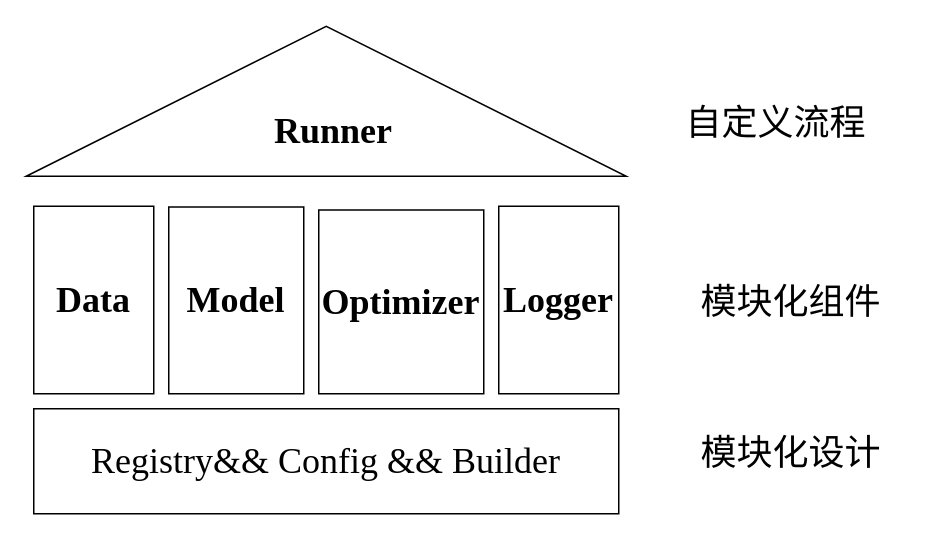
This is OpenMMLab代码架构设计.drawio from paleblackless/diagrams, a draw.io file, before an edit. Source tidied: cells renumbered, new cells numbered last; positions are measured from the earlier drawing's top-left corner, leaving out a move shared by most shapes. Both pictures are drawn from the tidied source at 150%, with x=0, y=0 at pixel (33, -200).
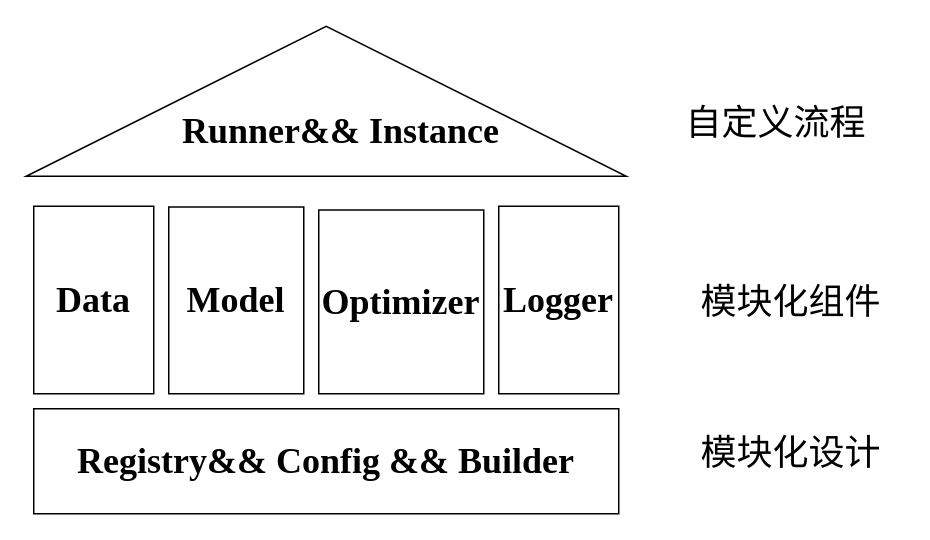
The same page after the edit.

Commit message (it also covers changes not shown here):
更新OpenMMLab代码架构设计.drawio

What changed in the source:
```diff
@@
 <mxGraphModel>
   <root>
     <mxCell id="0" />
     <mxCell id="1" parent="0" />
     <mxCell id="2" style="triangle;whiteSpace=wrap;html=1;rotation=-90;align=center;" parent="1" vertex="1">
       <mxGeometry x="145" width="100" height="400" as="geometry" />
     </mxCell>
     <mxCell id="3" value="&lt;b&gt;&lt;font face=&quot;Times New Roman&quot; style=&quot;font-size: 24px;&quot;&gt;Data&lt;/font&gt;&lt;/b&gt;" style="rounded=0;whiteSpace=wrap;html=1;" parent="1" vertex="1">
       <mxGeometry y="270" width="80" height="125" as="geometry" />
     </mxCell>
     <mxCell id="4" value="&lt;font face=&quot;Times New Roman&quot; style=&quot;font-size: 24px;&quot;&gt;&lt;b&gt;Model&lt;/b&gt;&lt;/font&gt;" style="rounded=0;whiteSpace=wrap;html=1;" parent="1" vertex="1">
       <mxGeometry x="90" y="270.5" width="90" height="124.5" as="geometry" />
     </mxCell>
     <mxCell id="5" value="&lt;font style=&quot;font-size: 24px;&quot; face=&quot;Times New Roman&quot;&gt;&lt;b&gt;Optimizer&lt;/b&gt;&lt;/font&gt;" style="rounded=0;whiteSpace=wrap;html=1;" parent="1" vertex="1">
       <mxGeometry x="190" y="272.5" width="110" height="122.5" as="geometry" />
     </mxCell>
-    <mxCell id="6" value="&lt;font face=&quot;Times New Roman&quot; style=&quot;font-size: 24px;&quot;&gt;Registry&amp;amp;&amp;amp; Config &amp;amp;&amp;amp; Builder&lt;/font&gt;" style="rounded=0;whiteSpace=wrap;html=1;" parent="1" vertex="1">
+    <mxCell id="6" value="&lt;font face=&quot;Times New Roman&quot; style=&quot;font-size: 24px;&quot;&gt;&lt;b&gt;Registry&amp;amp;&amp;amp; Config &amp;amp;&amp;amp; Builder&lt;/b&gt;&lt;/font&gt;" style="rounded=0;whiteSpace=wrap;html=1;" parent="1" vertex="1">
       <mxGeometry y="405" width="390" height="70" as="geometry" />
     </mxCell>
-    <mxCell id="7" value="&lt;b&gt;&lt;font face=&quot;Times New Roman&quot;&gt;Runner&lt;/font&gt;&lt;/b&gt;" style="text;html=1;strokeColor=none;fillColor=none;align=center;verticalAlign=middle;whiteSpace=wrap;rounded=0;fontSize=24;" parent="1" vertex="1">
-      <mxGeometry x="140" y="195" width="120" height="50" as="geometry" />
+    <mxCell id="7" value="&lt;b&gt;&lt;font face=&quot;Times New Roman&quot;&gt;Runner&amp;amp;&amp;amp; Instance&lt;/font&gt;&lt;/b&gt;" style="text;html=1;strokeColor=none;fillColor=none;align=center;verticalAlign=middle;whiteSpace=wrap;rounded=0;fontSize=24;" parent="1" vertex="1">
+      <mxGeometry x="90" y="195" width="230" height="50" as="geometry" />
     </mxCell>
     <mxCell id="8" value="&lt;font face=&quot;Times New Roman&quot;&gt;&lt;span style=&quot;font-size: 24px;&quot;&gt;&lt;b&gt;Logger&lt;/b&gt;&lt;/span&gt;&lt;/font&gt;" style="rounded=0;whiteSpace=wrap;html=1;" parent="1" vertex="1">
       <mxGeometry x="310" y="270" width="80" height="125" as="geometry" />
     </mxCell>
     <mxCell id="9" value="自定义流程" style="text;html=1;strokeColor=none;fillColor=none;align=center;verticalAlign=middle;whiteSpace=wrap;rounded=0;fontFamily=Times New Roman;fontSize=24;" parent="1" vertex="1">
       <mxGeometry x="420" y="185" width="150" height="60" as="geometry" />
     </mxCell>
     <mxCell id="10" value="模块化组件" style="text;html=1;strokeColor=none;fillColor=none;align=center;verticalAlign=middle;whiteSpace=wrap;rounded=0;fontFamily=Times New Roman;fontSize=24;" parent="1" vertex="1">
       <mxGeometry x="430" y="303.8" width="150" height="60" as="geometry" />
     </mxCell>
     <mxCell id="11" value="模块化设计" style="text;html=1;strokeColor=none;fillColor=none;align=center;verticalAlign=middle;whiteSpace=wrap;rounded=0;fontFamily=Times New Roman;fontSize=24;" parent="1" vertex="1">
       <mxGeometry x="430" y="405" width="150" height="60" as="geometry" />
     </mxCell>
   </root>
 </mxGraphModel>
```
